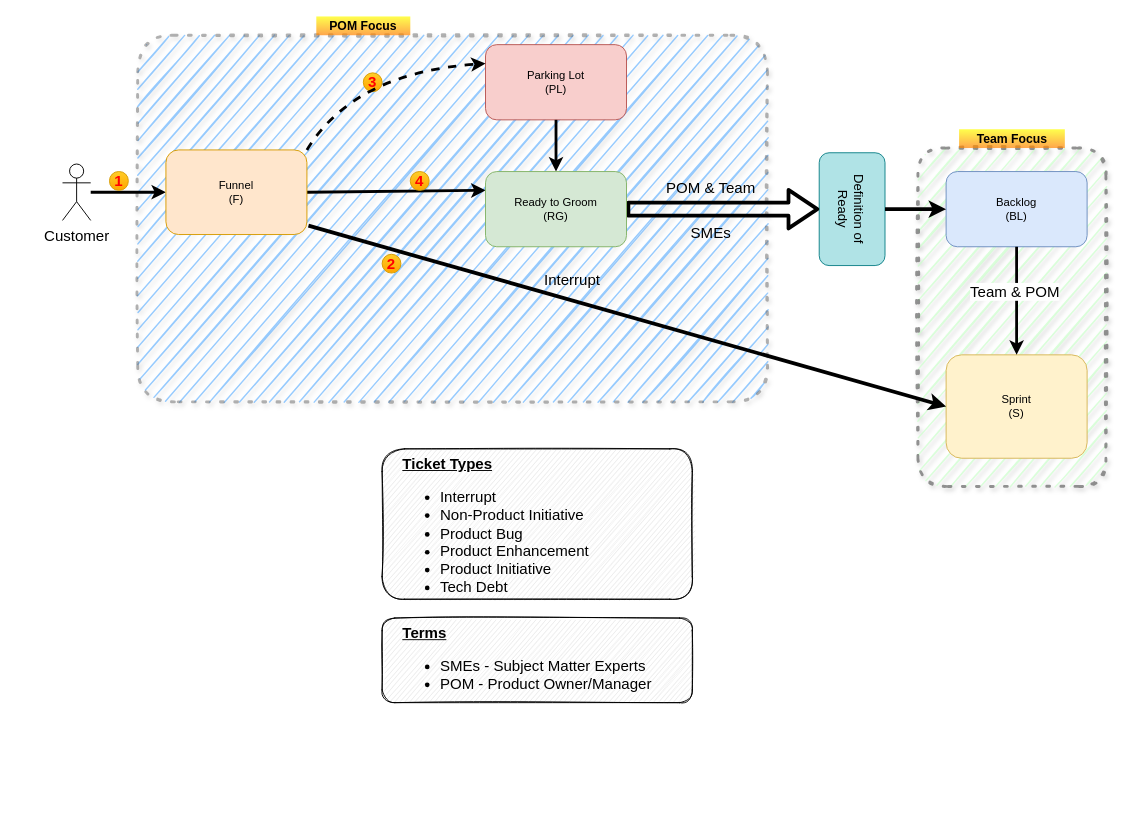
Earlier version of the draw.io diagram architecture/Untitled Diagram.drawio (slmingol/diagram_assets). Source tidied: cells renumbered, new cells numbered last; positions are measured from the earlier drawing's top-left corner, leaving out a move shared by most shapes. Both pictures are drawn from the tidied source at 94%, with x=0, y=0 at pixel (62, 16).
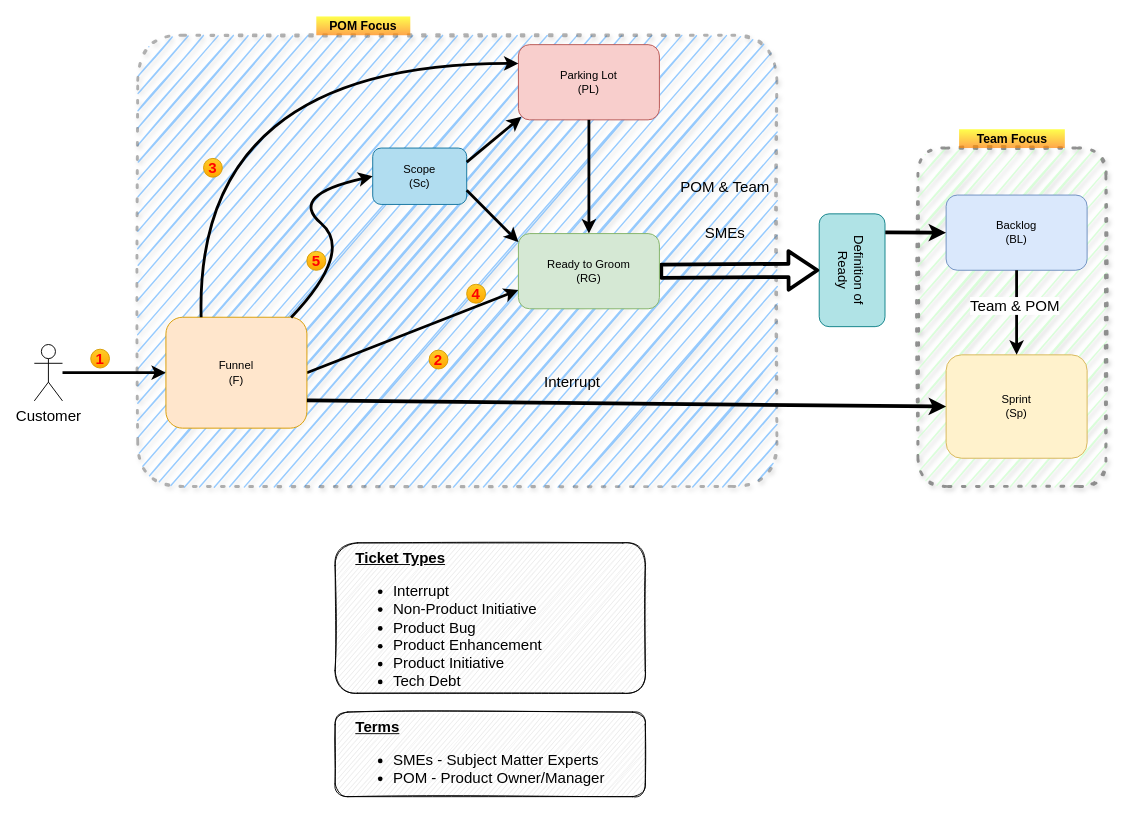
Above is the later version.

Change to the diagram source:
```diff
@@
     <mxCell id="3" style="rounded=1;whiteSpace=wrap;html=1;fontSize=16;align=left;dashed=1;arcSize=10;strokeWidth=3;dashPattern=1 4;shadow=1;glass=0;sketch=1;opacity=50;strokeColor=#666666;fillColor=#3399FF;" parent="1" vertex="1">
-      <mxGeometry x="80" y="20" width="670" height="390" as="geometry" />
+      <mxGeometry x="80" y="20" width="680" height="480" as="geometry" />
     </mxCell>
     <mxCell id="4" value="Parking Lot&lt;br&gt;(PL)" style="rounded=1;whiteSpace=wrap;html=1;fillColor=#f8cecc;strokeColor=#b85450;" parent="1" vertex="1">
-      <mxGeometry x="450" y="30" width="150" height="80" as="geometry" />
+      <mxGeometry x="485" y="30" width="150" height="80" as="geometry" />
     </mxCell>
@@
-    <mxCell id="6" style="endArrow=classic;html=1;entryX=0;entryY=0.25;entryDx=0;entryDy=0;strokeWidth=3;exitX=1;exitY=0.5;exitDx=0;exitDy=0;" parent="1" edge="1" source="24" target="17">
+    <mxCell id="6" style="endArrow=classic;html=1;entryX=0;entryY=0.75;entryDx=0;entryDy=0;strokeWidth=3;exitX=1;exitY=0.5;exitDx=0;exitDy=0;" parent="1" edge="1" source="24" target="17">
       <mxGeometry relative="1" as="geometry" />
     </mxCell>
     <mxCell id="7" value="Backlog&lt;br&gt;(BL)" style="rounded=1;whiteSpace=wrap;html=1;fillColor=#dae8fc;strokeColor=#6c8ebf;" parent="1" vertex="1">
-      <mxGeometry x="940" y="165" width="150" height="80" as="geometry" />
+      <mxGeometry x="940" y="190" width="150" height="80" as="geometry" />
     </mxCell>
-    <mxCell id="8" value="Sprint&lt;br&gt;(S)" style="rounded=1;whiteSpace=wrap;html=1;fillColor=#fff2cc;strokeColor=#d6b656;" parent="1" vertex="1">
+    <mxCell id="8" value="Sprint&lt;br&gt;(Sp)" style="rounded=1;whiteSpace=wrap;html=1;fillColor=#fff2cc;strokeColor=#d6b656;" parent="1" vertex="1">
       <mxGeometry x="940" y="360" width="150" height="110" as="geometry" />
     </mxCell>
@@
     <mxCell id="11" value="&lt;b&gt;&lt;u&gt;Ticket Types&lt;br&gt;&lt;/u&gt;&lt;/b&gt;&lt;ul&gt;&lt;li&gt;Interrupt&lt;/li&gt;&lt;li&gt;&lt;span&gt;Non-Product Initiative&lt;/span&gt;&lt;br&gt;&lt;/li&gt;&lt;li&gt;Product Bug&lt;/li&gt;&lt;li&gt;Product Enhancement&lt;/li&gt;&lt;li&gt;Product Initiative&lt;/li&gt;&lt;li&gt;Tech Debt&lt;br&gt;&lt;/li&gt;&lt;/ul&gt;" style="text;html=1;align=left;verticalAlign=top;whiteSpace=wrap;rounded=1;fontSize=16;strokeColor=#000000;strokeWidth=1;shadow=0;sketch=1;fillColor=#E6E6E6;spacingLeft=20;" parent="1" vertex="1">
-      <mxGeometry x="340" y="460" width="330" height="160" as="geometry" />
+      <mxGeometry x="290" y="560" width="330" height="160" as="geometry" />
     </mxCell>
@@
     <mxCell id="14" value="&lt;span&gt;&lt;font style=&quot;font-size: 14px&quot;&gt;Definition of Ready&lt;/font&gt;&lt;/span&gt;" style="rounded=1;whiteSpace=wrap;html=1;fillColor=#b0e3e6;rotation=90;strokeColor=#0e8088;" parent="1" vertex="1">
-      <mxGeometry x="780" y="170" width="120" height="70" as="geometry" />
+      <mxGeometry x="780" y="235" width="120" height="70" as="geometry" />
     </mxCell>
@@
-    <mxCell id="16" style="endArrow=classic;html=1;strokeWidth=4;entryX=0;entryY=0.5;entryDx=0;entryDy=0;exitX=0.5;exitY=0;exitDx=0;exitDy=0;" parent="1" edge="1" source="14" target="7">
+    <mxCell id="16" style="endArrow=classic;html=1;strokeWidth=4;entryX=0;entryY=0.5;entryDx=0;entryDy=0;exitX=0.164;exitY=-0.005;exitDx=0;exitDy=0;exitPerimeter=0;" parent="1" edge="1" source="14" target="7">
       <mxGeometry relative="1" as="geometry" />
     </mxCell>
     <mxCell id="17" value="Ready to Groom&lt;br&gt;(RG)" style="rounded=1;whiteSpace=wrap;html=1;fillColor=#d5e8d4;strokeColor=#82b366;" parent="1" vertex="1">
-      <mxGeometry x="450" y="165" width="150" height="80" as="geometry" />
+      <mxGeometry x="485" y="231" width="150" height="80" as="geometry" />
     </mxCell>
     <mxCell id="18" value="POM &amp;amp; Team" style="text;html=1;strokeColor=none;fillColor=none;align=center;verticalAlign=middle;whiteSpace=wrap;rounded=0;fontSize=16;" parent="1" vertex="1">
-      <mxGeometry x="635" y="172" width="110" height="20" as="geometry" />
+      <mxGeometry x="650" y="171" width="110" height="20" as="geometry" />
     </mxCell>
     <mxCell id="19" value="SMEs" style="text;html=1;strokeColor=none;fillColor=none;align=center;verticalAlign=middle;whiteSpace=wrap;rounded=0;fontSize=16;" parent="1" vertex="1">
-      <mxGeometry x="635" y="220" width="110" height="20" as="geometry" />
+      <mxGeometry x="650" y="220" width="110" height="20" as="geometry" />
     </mxCell>
     <mxCell id="20" value="&lt;b&gt;&lt;u&gt;Terms&lt;br&gt;&lt;/u&gt;&lt;/b&gt;&lt;ul&gt;&lt;li&gt;SMEs - Subject Matter Experts&lt;/li&gt;&lt;li&gt;POM - Product Owner/Manager&lt;/li&gt;&lt;/ul&gt;" style="text;html=1;align=left;verticalAlign=top;whiteSpace=wrap;rounded=1;fontSize=16;strokeColor=#000000;strokeWidth=1;shadow=0;sketch=1;fillColor=#E6E6E6;spacingLeft=20;" parent="1" vertex="1">
-      <mxGeometry x="340" y="640" width="330" height="90" as="geometry" />
+      <mxGeometry x="290" y="740" width="330" height="90" as="geometry" />
     </mxCell>
@@
     <mxCell id="22" value="Customer" style="shape=umlActor;verticalLabelPosition=bottom;verticalAlign=top;html=1;outlineConnect=0;rounded=1;fillColor=none;fontSize=16;" parent="1" vertex="1">
-      <mxGeometry y="157" width="30" height="60" as="geometry" />
+      <mxGeometry x="-30" y="349" width="30" height="60" as="geometry" />
     </mxCell>
     <mxCell id="23" value="&lt;font color=&quot;#ff0000&quot;&gt;4&lt;/font&gt;" style="text;html=1;fillColor=#ffcd28;align=center;verticalAlign=middle;whiteSpace=wrap;rounded=1;fontSize=16;fontStyle=1;strokeColor=#d79b00;gradientColor=#ffa500;fontColor=#990000;arcSize=48;" parent="1" vertex="1">
-      <mxGeometry x="370" y="165" width="20" height="20" as="geometry" />
+      <mxGeometry x="430" y="285" width="20" height="20" as="geometry" />
     </mxCell>
     <mxCell id="24" value="Funnel&lt;br&gt;(F)" style="rounded=1;whiteSpace=wrap;html=1;fillColor=#ffe6cc;strokeColor=#d79b00;verticalAlign=middle;" parent="1" vertex="1">
-      <mxGeometry x="110" y="142" width="150" height="90" as="geometry" />
+      <mxGeometry x="110" y="320" width="150" height="118" as="geometry" />
     </mxCell>
-    <mxCell id="25" value="&lt;font color=&quot;#ff0000&quot;&gt;1&lt;/font&gt;" style="text;html=1;fillColor=#ffcd28;align=center;verticalAlign=middle;whiteSpace=wrap;rounded=1;fontSize=16;fontStyle=1;strokeColor=#d79b00;gradientColor=#ffa500;fontColor=#990000;arcSize=48;" parent="1" vertex="1">
-      <mxGeometry x="50" y="165" width="20" height="20" as="geometry" />
+    <mxCell id="25" value="&lt;font color=&quot;#ff0000&quot;&gt;1&lt;/font&gt;" style="text;html=1;fillColor=#ffcd28;align=center;verticalAlign=middle;whiteSpace=wrap;rounded=1;fontSize=16;fontStyle=1;strokeColor=#d79b00;gradientColor=#ffa500;fontColor=#990000;arcSize=50;" parent="1" vertex="1">
+      <mxGeometry x="30" y="354" width="20" height="20" as="geometry" />
     </mxCell>
     <mxCell id="26" value="&lt;font color=&quot;#ff0000&quot;&gt;3&lt;/font&gt;" style="text;html=1;fillColor=#ffcd28;align=center;verticalAlign=middle;whiteSpace=wrap;rounded=1;fontSize=16;fontStyle=1;strokeColor=#d79b00;gradientColor=#ffa500;fontColor=#990000;arcSize=50;" parent="1" vertex="1">
-      <mxGeometry x="320" y="60" width="20" height="20" as="geometry" />
+      <mxGeometry x="150" y="151" width="20" height="20" as="geometry" />
     </mxCell>
-    <mxCell id="27" style="endArrow=classic;html=1;entryX=0;entryY=0.5;entryDx=0;entryDy=0;exitX=1.011;exitY=0.895;exitDx=0;exitDy=0;strokeWidth=4;exitPerimeter=0;" parent="1" edge="1" source="24" target="8">
+    <mxCell id="27" style="endArrow=classic;html=1;entryX=0;entryY=0.5;entryDx=0;entryDy=0;exitX=1;exitY=0.75;exitDx=0;exitDy=0;strokeWidth=4;" parent="1" edge="1" source="24" target="8">
       <mxGeometry relative="1" as="geometry" />
     </mxCell>
@@
     <mxCell id="29" value="&lt;font color=&quot;#ff0000&quot;&gt;2&lt;/font&gt;" style="text;html=1;fillColor=#ffcd28;align=center;verticalAlign=middle;whiteSpace=wrap;rounded=1;fontSize=16;fontStyle=1;strokeColor=#d79b00;gradientColor=#ffa500;fontColor=#990000;arcSize=50;" parent="1" vertex="1">
-      <mxGeometry x="340" y="253" width="20" height="20" as="geometry" />
+      <mxGeometry x="390" y="355" width="20" height="20" as="geometry" />
     </mxCell>
-    <mxCell id="30" style="endArrow=classic;html=1;strokeColor=#000000;strokeWidth=3;fontSize=16;entryX=0;entryY=0.25;entryDx=0;entryDy=0;curved=1;dashed=1;exitX=1;exitY=0;exitDx=0;exitDy=0;" parent="1" edge="1" source="24" target="4">
+    <mxCell id="30" style="endArrow=classic;html=1;strokeColor=#000000;strokeWidth=3;fontSize=16;entryX=0;entryY=0.25;entryDx=0;entryDy=0;curved=1;exitX=0.25;exitY=0;exitDx=0;exitDy=0;" parent="1" edge="1" source="24" target="4">
       <mxGeometry relative="1" as="geometry">
         <Array as="points">
-          <mxPoint x="310" y="60" />
+          <mxPoint x="140" y="50" />
         </Array>
       </mxGeometry>
     </mxCell>
+    <mxCell id="31" value="Scope&lt;br&gt;(Sc)" style="rounded=1;whiteSpace=wrap;html=1;fillColor=#b1ddf0;strokeColor=#10739e;verticalAlign=middle;" parent="1" vertex="1">
+      <mxGeometry x="330" y="140" width="100" height="60" as="geometry" />
+    </mxCell>
+    <mxCell id="32" value="&lt;font color=&quot;#ff0000&quot;&gt;5&lt;/font&gt;" style="text;html=1;fillColor=#ffcd28;align=center;verticalAlign=middle;whiteSpace=wrap;rounded=1;fontSize=16;fontStyle=1;strokeColor=#d79b00;gradientColor=#ffa500;fontColor=#990000;arcSize=48;" parent="1" vertex="1">
+      <mxGeometry x="260" y="250" width="20" height="20" as="geometry" />
+    </mxCell>
+    <mxCell id="33" style="endArrow=classic;html=1;strokeColor=#000000;strokeWidth=3;fontSize=13;fontColor=#990000;entryX=0.021;entryY=0.96;entryDx=0;entryDy=0;entryPerimeter=0;exitX=1;exitY=0.25;exitDx=0;exitDy=0;" parent="1" edge="1" source="31" target="4">
+      <mxGeometry relative="1" as="geometry" />
+    </mxCell>
+    <mxCell id="34" style="edgeStyle=none;orthogonalLoop=1;jettySize=auto;html=1;exitX=0.5;exitY=0;exitDx=0;exitDy=0;strokeColor=#000000;strokeWidth=3;fontSize=13;fontColor=#990000;" parent="1" edge="1" source="19" target="19">
+      <mxGeometry relative="1" as="geometry" />
+    </mxCell>
+    <mxCell id="35" style="endArrow=classic;html=1;strokeColor=#000000;strokeWidth=3;fontSize=13;fontColor=#990000;entryX=0;entryY=0.113;entryDx=0;entryDy=0;exitX=1;exitY=0.75;exitDx=0;exitDy=0;entryPerimeter=0;" parent="1" edge="1" source="31" target="17">
+      <mxGeometry relative="1" as="geometry" />
+    </mxCell>
+    <mxCell id="36" style="curved=1;endArrow=classic;html=1;strokeColor=#000000;strokeWidth=3;fontSize=13;fontColor=#990000;entryX=0;entryY=0.5;entryDx=0;entryDy=0;exitX=0.888;exitY=0.003;exitDx=0;exitDy=0;exitPerimeter=0;" parent="1" edge="1" source="24" target="31">
+      <mxGeometry relative="1" as="geometry">
+        <Array as="points">
+          <mxPoint x="310" y="250" />
+          <mxPoint x="240" y="190" />
+        </Array>
+      </mxGeometry>
+    </mxCell>
```
